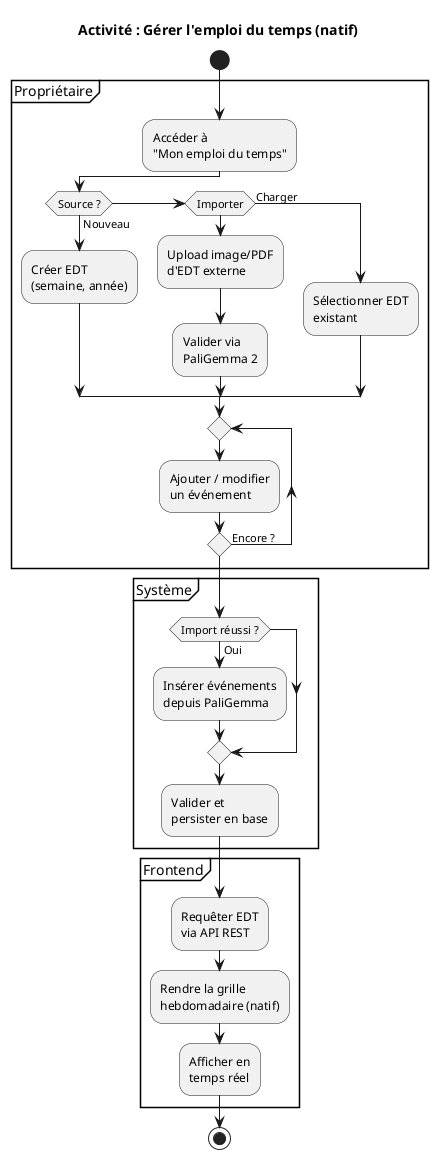
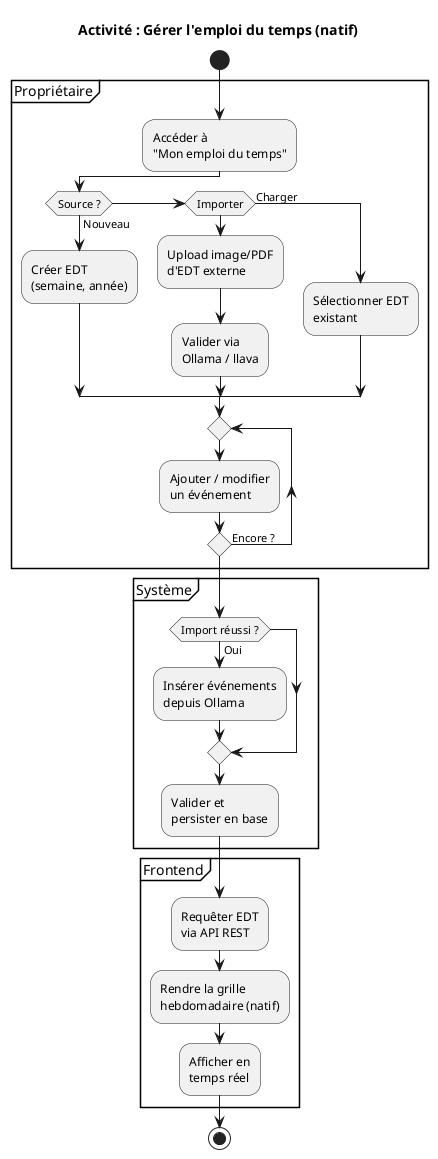
@startuml
title Activité : Gérer l'emploi du temps (natif)

start

partition Propriétaire {
  :Accéder à\n"Mon emploi du temps";
  if (Source ?) then (Nouveau)
    :Créer EDT\n(semaine, année);
  elseif (Importer) then
    :Upload image/PDF\nd'EDT externe;
-     :Valider via\nPaliGemma 2;
+     :Valider via\nOllama / llava;
  else (Charger)
    :Sélectionner EDT\nexistant;
  endif
  repeat
    :Ajouter / modifier\nun événement;
  repeat while () is (Encore ?)
}

partition Système {
  if (Import réussi ?) then (Oui)
-     :Insérer événements\ndepuis PaliGemma;
+     :Insérer événements\ndepuis Ollama;
  endif
  :Valider et\npersister en base;
}

partition Frontend {
  :Requêter EDT\nvia API REST;
  :Rendre la grille\nhebdomadaire (natif);
  :Afficher en\ntemps réel;
}

stop
@enduml
